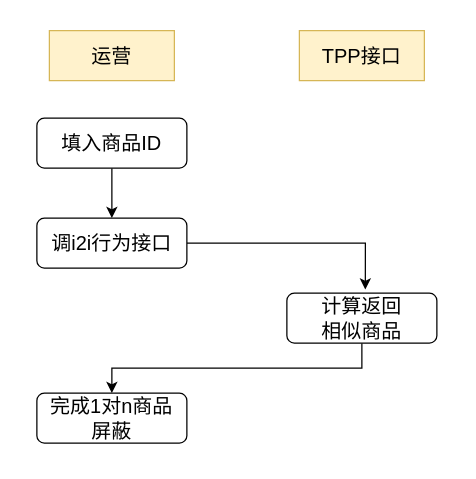
This is Untitled Diagram.drawio from ElioCode/gitxuexi, a draw.io file, before an edit. Source tidied: cells renumbered, new cells numbered last; positions are measured from the earlier drawing's top-left corner, leaving out a move shared by most shapes. Both pictures are drawn from the tidied source at 125%, with x=0, y=0 at pixel (36, 30).
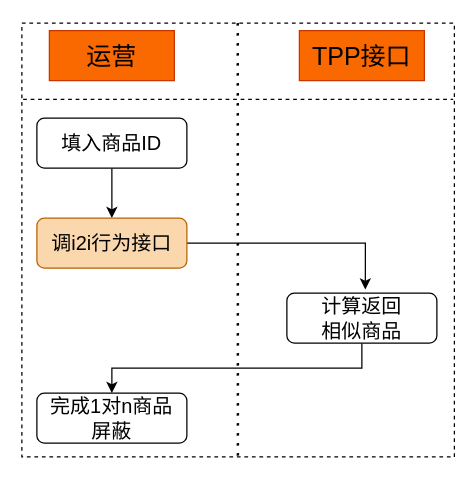
The same page after the edit.

Diff of the diagram source:
```diff
@@
 <mxGraphModel>
   <root>
     <mxCell id="0" />
     <mxCell id="1" parent="0" />
     <mxCell id="2" style="edgeStyle=orthogonalEdgeStyle;rounded=0;jettySize=auto;html=1;exitX=0.5;exitY=1;exitDx=0;exitDy=0;entryX=0.5;entryY=0;entryDx=0;entryDy=0;" parent="1" edge="1" source="3" target="5">
       <mxGeometry relative="1" as="geometry" />
     </mxCell>
     <mxCell id="3" value="&lt;font style=&quot;font-size: 16px&quot;&gt;填入商品ID&lt;/font&gt;" style="rounded=1;whiteSpace=wrap;html=1;fontSize=12;glass=0;strokeWidth=1;shadow=0;" parent="1" vertex="1">
       <mxGeometry y="70" width="120" height="40" as="geometry" />
     </mxCell>
     <mxCell id="4" style="edgeStyle=orthogonalEdgeStyle;rounded=0;jettySize=auto;html=1;entryX=0.523;entryY=-0.07;entryDx=0;entryDy=0;entryPerimeter=0;" parent="1" edge="1" source="5" target="9">
       <mxGeometry relative="1" as="geometry" />
     </mxCell>
-    <mxCell id="5" value="&lt;font style=&quot;font-size: 16px&quot;&gt;调i2i行为接口&lt;/font&gt;" style="rounded=1;whiteSpace=wrap;html=1;fontSize=12;glass=0;strokeWidth=1;shadow=0;" parent="1" vertex="1">
+    <mxCell id="5" value="&lt;font style=&quot;font-size: 16px&quot;&gt;调i2i行为接口&lt;/font&gt;" style="rounded=1;whiteSpace=wrap;html=1;fontSize=12;glass=0;strokeWidth=1;shadow=0;fillColor=#fad7ac;strokeColor=#b46504;" parent="1" vertex="1">
       <mxGeometry y="150" width="120" height="40" as="geometry" />
     </mxCell>
-    <mxCell id="6" value="&lt;font style=&quot;font-size: 16px&quot;&gt;运营&lt;/font&gt;" style="rounded=0;whiteSpace=wrap;html=1;fillColor=#fff2cc;strokeColor=#d6b656;" parent="1" vertex="1">
+    <mxCell id="6" value="&lt;font style=&quot;font-size: 20px&quot;&gt;运营&lt;/font&gt;" style="rounded=0;whiteSpace=wrap;html=1;fillColor=#fa6800;strokeColor=#C73500;fontColor=#000000;" parent="1" vertex="1">
       <mxGeometry x="10" width="100" height="40" as="geometry" />
     </mxCell>
-    <mxCell id="7" value="&lt;font style=&quot;font-size: 16px&quot;&gt;TPP接口&lt;/font&gt;" style="rounded=0;whiteSpace=wrap;html=1;fillColor=#fff2cc;strokeColor=#d6b656;" parent="1" vertex="1">
+    <mxCell id="7" value="&lt;font style=&quot;font-size: 20px&quot;&gt;TPP接口&lt;/font&gt;" style="rounded=0;whiteSpace=wrap;html=1;fillColor=#fa6800;strokeColor=#C73500;fontColor=#000000;" parent="1" vertex="1">
       <mxGeometry x="210" width="100" height="40" as="geometry" />
     </mxCell>
     <mxCell id="8" style="edgeStyle=orthogonalEdgeStyle;rounded=0;jettySize=auto;html=1;exitX=0.5;exitY=1;exitDx=0;exitDy=0;" parent="1" edge="1" source="9" target="10">
       <mxGeometry relative="1" as="geometry" />
     </mxCell>
     <mxCell id="9" value="&lt;span style=&quot;font-size: 16px&quot;&gt;计算返回&lt;br&gt;相似商品&lt;/span&gt;" style="rounded=1;whiteSpace=wrap;html=1;fontSize=12;glass=0;strokeWidth=1;shadow=0;" parent="1" vertex="1">
       <mxGeometry x="200" y="210" width="120" height="40" as="geometry" />
     </mxCell>
     <mxCell id="10" value="&lt;span style=&quot;font-size: 16px&quot;&gt;完成1对n商品&lt;br&gt;屏蔽&lt;/span&gt;" style="rounded=1;whiteSpace=wrap;html=1;fontSize=12;glass=0;strokeWidth=1;shadow=0;" parent="1" vertex="1">
       <mxGeometry y="290" width="120" height="40" as="geometry" />
     </mxCell>
+    <mxCell id="11" style="rounded=0;whiteSpace=wrap;html=1;fillColor=none;dashed=1;" parent="1" vertex="1">
+      <mxGeometry x="-12" y="-6" width="346" height="347" as="geometry" />
+    </mxCell>
+    <mxCell id="12" style="line;strokeWidth=1;html=1;dashed=1;fillColor=none;" parent="1" vertex="1">
+      <mxGeometry x="-11" y="50" width="344" height="10" as="geometry" />
+    </mxCell>
+    <mxCell id="13" style="endArrow=none;dashed=1;html=1;dashPattern=1 3;strokeWidth=2;" parent="1" edge="1">
+      <mxGeometry relative="1" as="geometry">
+        <mxPoint x="160.8" y="340" as="sourcePoint" />
+        <mxPoint x="160.7" y="-6" as="targetPoint" />
+      </mxGeometry>
+    </mxCell>
   </root>
 </mxGraphModel>
```
